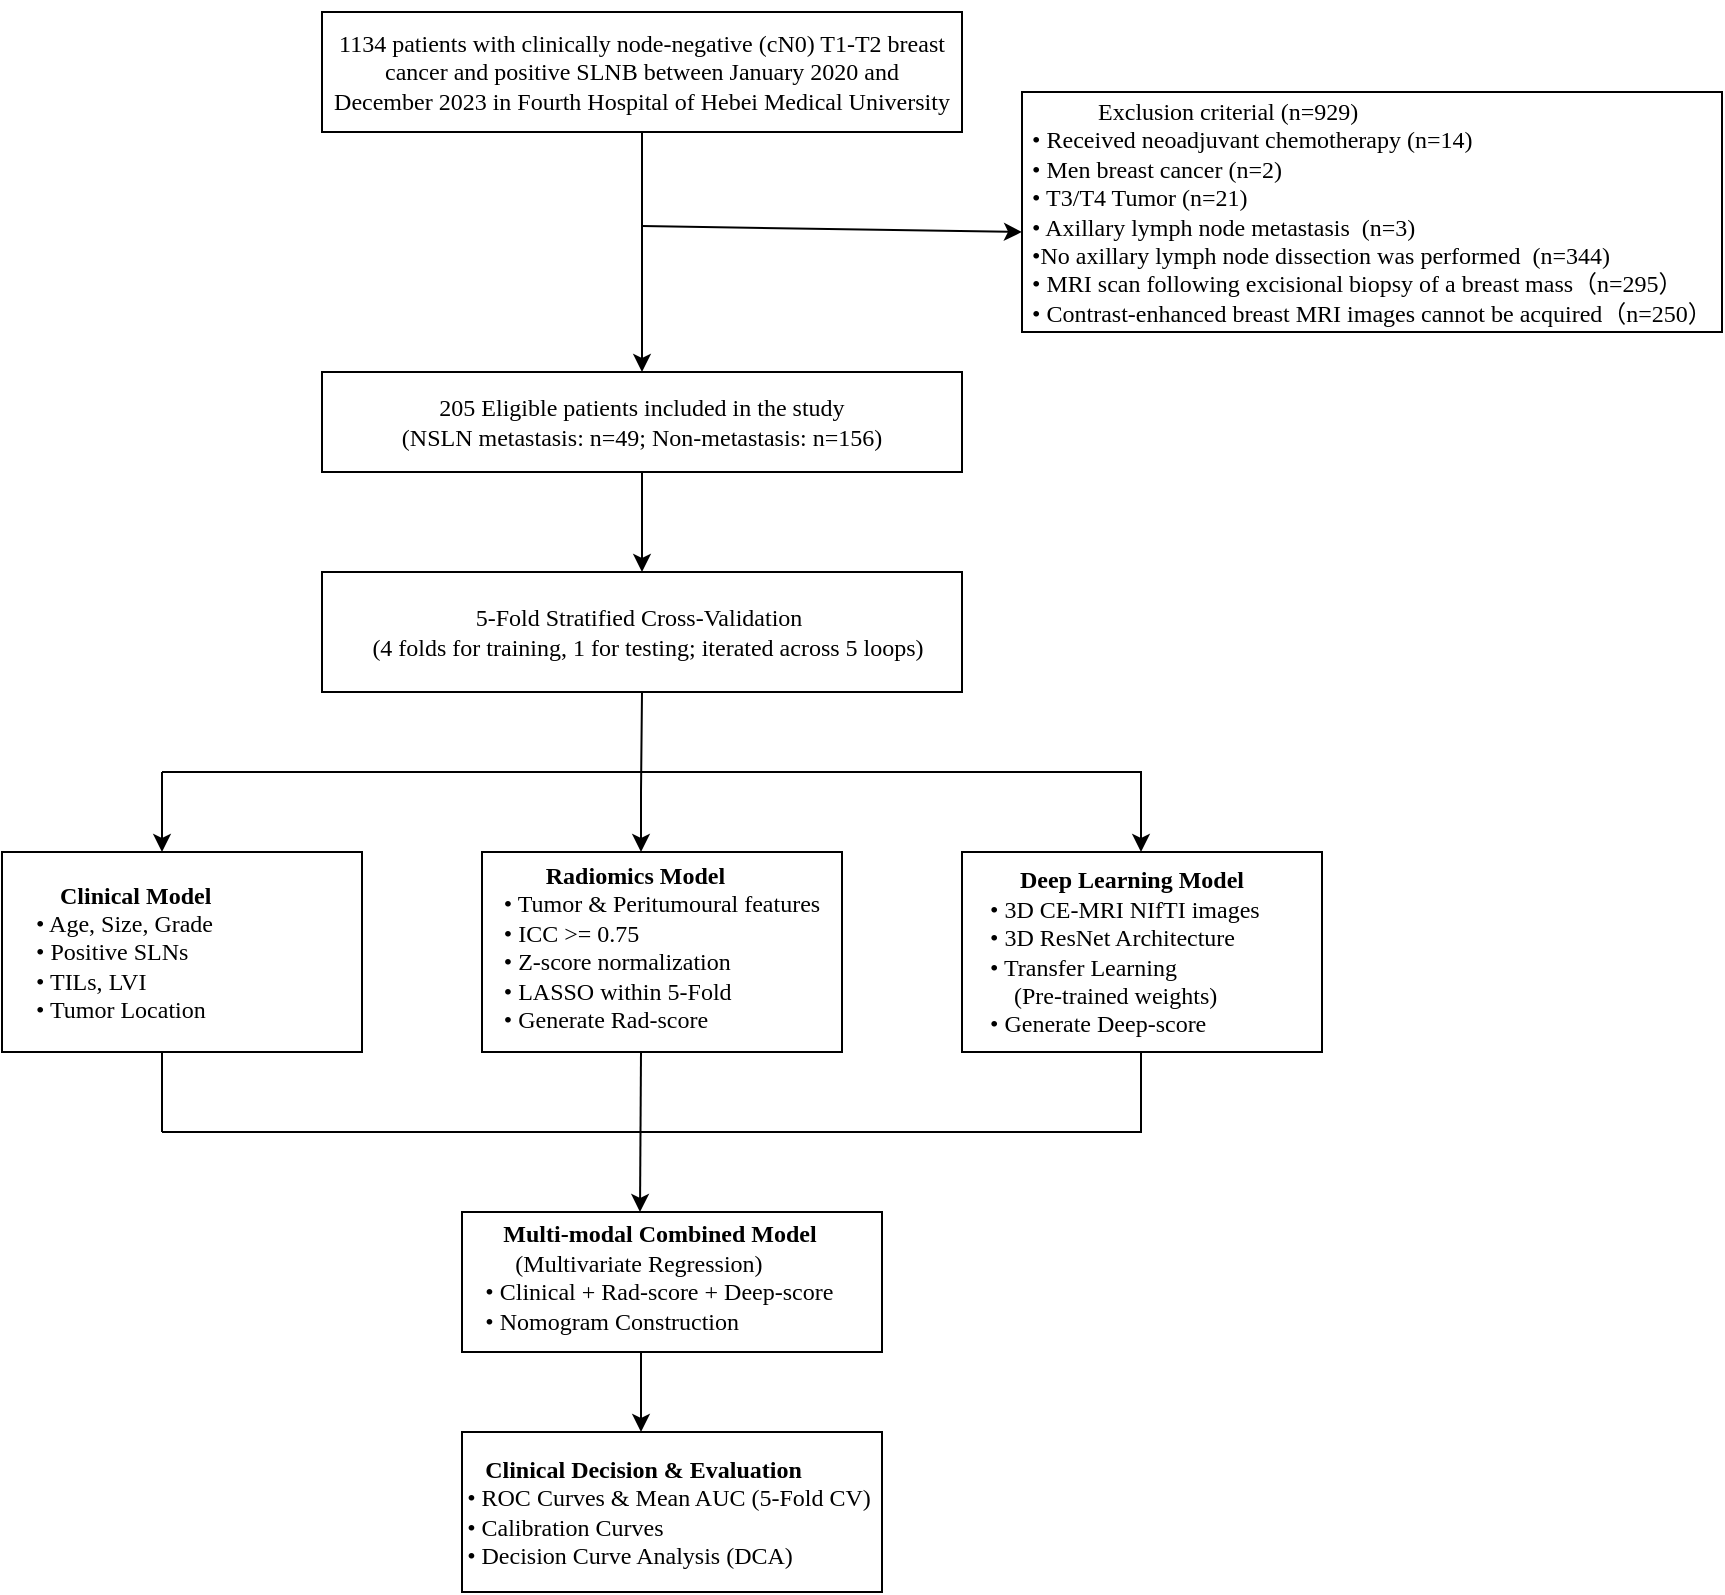
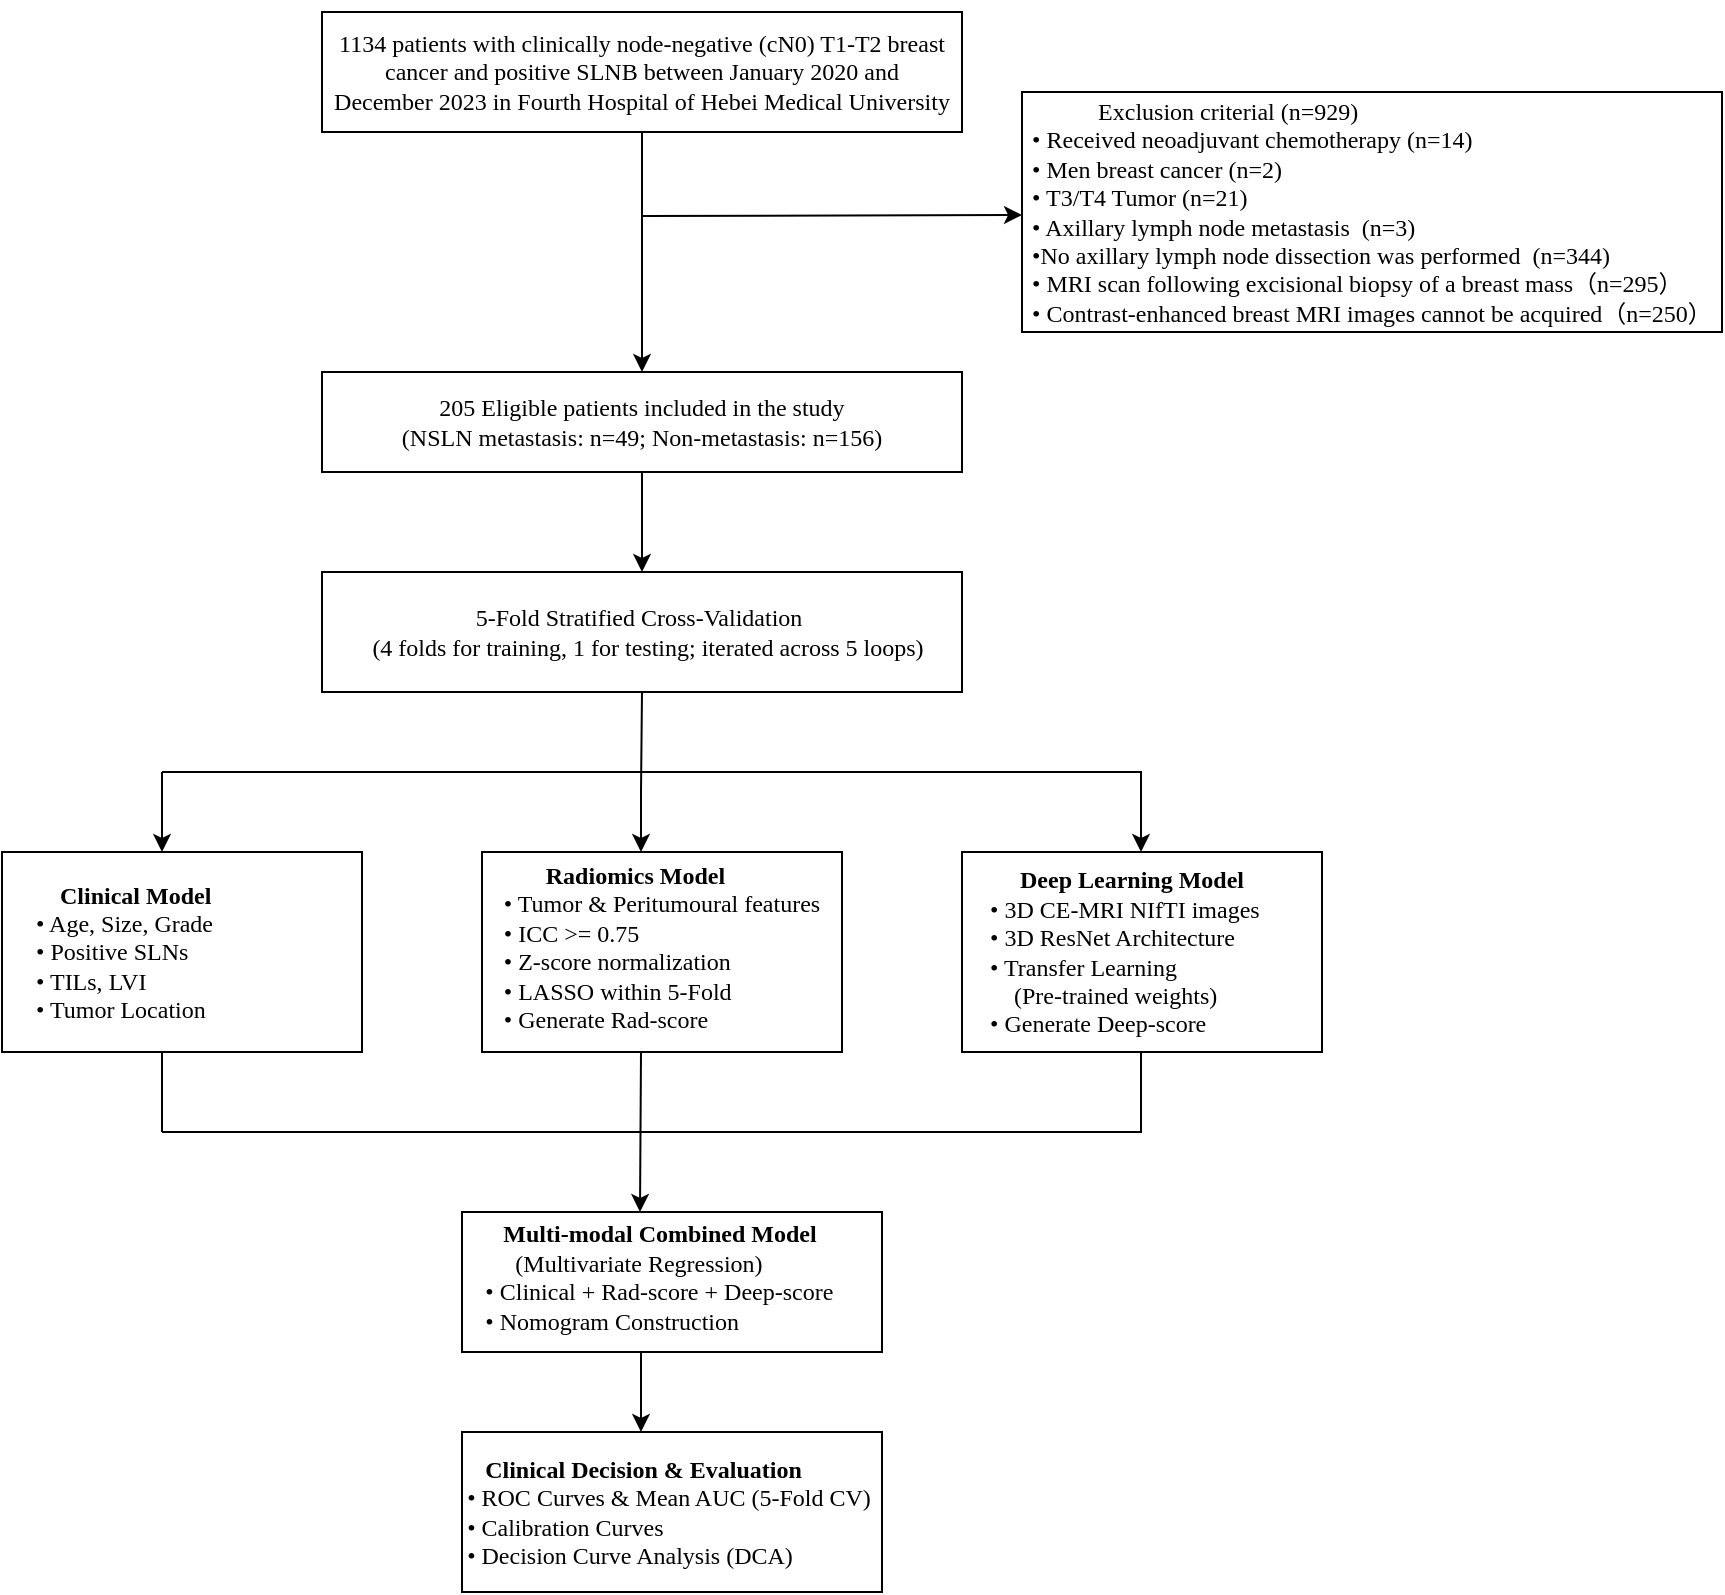
<mxfile host="app.diagrams.net">
  <diagram name="第 1 页" id="idae-35skBgX1Cd1s0vj">
-     <mxGraphModel dx="1833" dy="397" grid="1" gridSize="10" guides="1" tooltips="1" connect="1" arrows="1" fold="1" page="1" pageScale="1" pageWidth="827" pageHeight="1169" math="0" shadow="0">
+     <mxGraphModel dx="2011" dy="467" grid="1" gridSize="10" guides="1" tooltips="1" connect="1" arrows="1" fold="1" page="1" pageScale="1" pageWidth="827" pageHeight="1169" math="0" shadow="0">
      <root>
        <mxCell id="0" />
        <mxCell id="1" parent="0" />
        <mxCell id="El_SyrNRYtNfvNBgki-p-1" parent="1" style="rounded=0;whiteSpace=wrap;html=1;" value="&lt;div style=&quot;text-align: left;&quot;&gt;&lt;span style=&quot;font-family: &amp;quot;Times New Roman&amp;quot;;&quot;&gt;&lt;br&gt;&lt;/span&gt;&lt;/div&gt;&lt;div style=&quot;text-align: left;&quot;&gt;&lt;span style=&quot;font-family: &amp;quot;Times New Roman&amp;quot;;&quot;&gt;&amp;nbsp; &amp;nbsp; &amp;nbsp; &amp;nbsp; &amp;nbsp; &amp;nbsp;Exclusion criterial (n=929)&lt;/span&gt;&lt;br&gt;&lt;/div&gt;&lt;div style=&quot;text-align: left;&quot;&gt;&lt;font face=&quot;Times New Roman&quot;&gt;• Received neoadjuvant chemotherapy (n=14)&lt;/font&gt;&lt;/div&gt;&lt;div style=&quot;text-align: left;&quot;&gt;&lt;font face=&quot;Times New Roman&quot;&gt;• Men breast cancer (n=2)&lt;/font&gt;&lt;/div&gt;&lt;div style=&quot;text-align: left;&quot;&gt;&lt;font face=&quot;Times New Roman&quot;&gt;• T3/T4 Tumor (n=21)&lt;/font&gt;&lt;/div&gt;&lt;div style=&quot;&quot;&gt;&lt;div style=&quot;text-align: left;&quot;&gt;&lt;font face=&quot;Times New Roman&quot;&gt;• Axillary lymph node metastasis&amp;nbsp;&amp;nbsp;(n=3)&lt;/font&gt;&lt;/div&gt;&lt;div style=&quot;text-align: left;&quot;&gt;&lt;span style=&quot;font-family: &amp;quot;Times New Roman&amp;quot;;&quot;&gt;•&lt;/span&gt;&lt;span style=&quot;font-family: &amp;quot;Times New Roman&amp;quot;;&quot;&gt;No axillary lymph node dissection was performed&lt;/span&gt;&lt;span style=&quot;font-family: &amp;quot;Times New Roman&amp;quot;;&quot;&gt;&amp;nbsp;&amp;nbsp;(n=344)&lt;/span&gt;&lt;font face=&quot;Times New Roman&quot;&gt;&lt;br&gt;&lt;/font&gt;&lt;/div&gt;&lt;/div&gt;&lt;div style=&quot;text-align: left;&quot;&gt;&lt;font face=&quot;Times New Roman&quot;&gt;•&lt;span style=&quot;&quot;&gt;&amp;nbsp;&lt;/span&gt;&lt;span style=&quot;&quot;&gt;MRI scan following excisional biopsy of a breast mass（n=295）&lt;/span&gt;&lt;/font&gt;&lt;/div&gt;&lt;div style=&quot;text-align: left;&quot;&gt;&lt;font face=&quot;Times New Roman&quot;&gt;•&lt;span style=&quot;&quot;&gt;&amp;nbsp;&lt;/span&gt;Contrast-enhanced breast MRI images cannot be acquired&lt;span style=&quot;&quot;&gt;（n=250）&lt;/span&gt;&lt;/font&gt;&lt;/div&gt;&lt;div&gt;&lt;br&gt;&lt;/div&gt;" vertex="1">
          <mxGeometry height="120" width="350" x="390" y="100" as="geometry" />
        </mxCell>
        <mxCell id="El_SyrNRYtNfvNBgki-p-2" parent="1" style="rounded=0;whiteSpace=wrap;html=1;" value="&lt;div&gt;&lt;font face=&quot;Times New Roman&quot;&gt;&lt;br&gt;&lt;/font&gt;&lt;/div&gt;&lt;font face=&quot;Times New Roman&quot;&gt;1134 patients with clinically node-negative (cN0) T1-T2 breast&lt;br&gt;cancer and positive SLNB between January 2020 and&lt;br&gt;December 2023 in Fourth Hospital of Hebei Medical University&lt;/font&gt;&lt;div&gt;&lt;br&gt;&lt;/div&gt;" vertex="1">
          <mxGeometry height="60" width="320" x="40" y="60" as="geometry" />
        </mxCell>
        <mxCell id="El_SyrNRYtNfvNBgki-p-5" edge="1" parent="1" style="endArrow=classic;html=1;rounded=0;" value="">
          <mxGeometry height="50" relative="1" width="50" as="geometry">
            <mxPoint x="200" y="120" as="sourcePoint" />
            <mxPoint x="200" y="240" as="targetPoint" />
          </mxGeometry>
        </mxCell>
        <mxCell id="El_SyrNRYtNfvNBgki-p-6" edge="1" parent="1" style="endArrow=classic;html=1;rounded=0;endFill=1;" value="">
          <mxGeometry height="50" relative="1" width="50" as="geometry">
-             <mxPoint x="200" y="167" as="sourcePoint" />
-             <mxPoint x="390" y="170" as="targetPoint" />
+             <mxPoint x="200" y="162" as="sourcePoint" />
+             <mxPoint x="390" y="161.5" as="targetPoint" />
          </mxGeometry>
        </mxCell>
        <mxCell id="El_SyrNRYtNfvNBgki-p-7" parent="1" style="rounded=0;whiteSpace=wrap;html=1;" value="&lt;font face=&quot;Times New Roman&quot;&gt;205 Eligible patients included in the study&lt;/font&gt;&lt;div&gt;&lt;span style=&quot;text-align: start;&quot;&gt;&lt;font face=&quot;Times New Roman&quot;&gt;(NSLN metastasis: n=49; Non-metastasis: n=156)&lt;/font&gt;&lt;/span&gt;&lt;br&gt;&lt;/div&gt;" vertex="1">
          <mxGeometry height="50" width="320" x="40" y="240" as="geometry" />
        </mxCell>
        <mxCell id="El_SyrNRYtNfvNBgki-p-8" parent="1" style="rounded=0;whiteSpace=wrap;html=1;" value="&lt;font face=&quot;Times New Roman&quot;&gt;5-Fold Stratified Cross-Validation&amp;nbsp;&lt;/font&gt;&lt;div&gt;&lt;font face=&quot;Times New Roman&quot;&gt;&amp;nbsp; (4 folds for training, 1 for testing; iterated across 5 loops)&lt;/font&gt;&lt;/div&gt;" vertex="1">
          <mxGeometry height="60" width="320" x="40" y="340" as="geometry" />
        </mxCell>
        <mxCell id="El_SyrNRYtNfvNBgki-p-9" edge="1" parent="1" source="El_SyrNRYtNfvNBgki-p-7" style="endArrow=classic;html=1;rounded=0;entryX=0.5;entryY=0;entryDx=0;entryDy=0;" target="El_SyrNRYtNfvNBgki-p-8" value="">
          <mxGeometry height="50" relative="1" width="50" as="geometry">
            <mxPoint x="200" y="340" as="sourcePoint" />
            <mxPoint x="200" y="330" as="targetPoint" />
          </mxGeometry>
        </mxCell>
        <mxCell id="El_SyrNRYtNfvNBgki-p-10" parent="1" style="rounded=0;whiteSpace=wrap;html=1;align=left;" value="&lt;div&gt;&lt;b style=&quot;&quot;&gt;&lt;font face=&quot;Times New Roman&quot;&gt;&amp;nbsp; &amp;nbsp; &amp;nbsp; &amp;nbsp; &amp;nbsp;Clinical Model&lt;/font&gt;&lt;/b&gt;&lt;br&gt;&lt;/div&gt;&lt;div&gt;&lt;span style=&quot;font-family: &amp;quot;Times New Roman&amp;quot;;&quot;&gt;&amp;nbsp; &amp;nbsp; &amp;nbsp;• Age, Size, Grade&lt;/span&gt;&lt;br&gt;&lt;/div&gt;&lt;div&gt;&lt;span style=&quot;font-family: &amp;quot;Times New Roman&amp;quot;;&quot;&gt;&amp;nbsp; &amp;nbsp; &amp;nbsp;• Positive SLNs&amp;nbsp;&lt;/span&gt;&lt;br&gt;&lt;/div&gt;&lt;div&gt;&lt;span style=&quot;font-family: &amp;quot;Times New Roman&amp;quot;;&quot;&gt;&amp;nbsp; &amp;nbsp; &amp;nbsp;• TILs,&amp;nbsp;&lt;/span&gt;&lt;span style=&quot;font-family: &amp;quot;Times New Roman&amp;quot;;&quot;&gt;LVI&lt;/span&gt;&lt;br&gt;&lt;/div&gt;&lt;div style=&quot;&quot;&gt;&lt;span style=&quot;font-family: &amp;quot;Times New Roman&amp;quot;;&quot;&gt;&amp;nbsp; &amp;nbsp; &amp;nbsp;• Tumor Location&lt;/span&gt;&lt;/div&gt;" vertex="1">
          <mxGeometry height="100" width="180" x="-120" y="480" as="geometry" />
        </mxCell>
        <mxCell id="El_SyrNRYtNfvNBgki-p-11" parent="1" style="rounded=0;whiteSpace=wrap;html=1;" value="&lt;div style=&quot;text-align: left;&quot;&gt;&lt;b&gt;&lt;font face=&quot;Times New Roman&quot;&gt;&lt;br&gt;&lt;/font&gt;&lt;/b&gt;&lt;/div&gt;&lt;div style=&quot;text-align: left;&quot;&gt;&lt;b&gt;&lt;font face=&quot;Times New Roman&quot;&gt;&amp;nbsp; &amp;nbsp; &amp;nbsp; &amp;nbsp;Radiomics Model&lt;/font&gt;&lt;/b&gt;&lt;/div&gt;&lt;div style=&quot;text-align: left;&quot;&gt;&lt;font face=&quot;Times New Roman&quot;&gt;&lt;span style=&quot;&quot;&gt;• Tumor &amp;amp;&amp;nbsp;&lt;/span&gt;&lt;span style=&quot;text-align: center;&quot;&gt;Peritumoural&lt;/span&gt;&amp;nbsp;features&lt;/font&gt;&lt;/div&gt;&lt;div style=&quot;text-align: left;&quot;&gt;&lt;font face=&quot;Times New Roman&quot;&gt;&lt;span style=&quot;&quot;&gt;• ICC &amp;gt;= 0.75&amp;nbsp;&lt;/span&gt;&lt;span style=&quot;&quot;&gt;&lt;br&gt;&lt;/span&gt;&lt;/font&gt;&lt;/div&gt;&lt;div style=&quot;text-align: left;&quot;&gt;&lt;font face=&quot;Times New Roman&quot;&gt;&lt;span style=&quot;&quot;&gt;• Z-score normalization&lt;/span&gt;&lt;span style=&quot;&quot;&gt;&lt;br&gt;&lt;/span&gt;&lt;/font&gt;&lt;/div&gt;&lt;div style=&quot;text-align: left;&quot;&gt;&lt;font face=&quot;Times New Roman&quot;&gt;&lt;span style=&quot;&quot;&gt;• LASSO within 5-Fold&lt;/span&gt;&lt;span style=&quot;&quot;&gt;&lt;br&gt;&lt;/span&gt;&lt;/font&gt;&lt;/div&gt;&lt;div style=&quot;text-align: left;&quot;&gt;&lt;font face=&quot;Times New Roman&quot;&gt;&lt;span style=&quot;&quot;&gt;• Generate Rad-score&lt;/span&gt;&lt;span style=&quot;&quot;&gt;&lt;br&gt;&lt;/span&gt;&lt;/font&gt;&lt;/div&gt;&lt;div&gt;&lt;span style=&quot;font-family: -webkit-standard; font-size: medium;&quot;&gt;&lt;br&gt;&lt;/span&gt;&lt;/div&gt;" vertex="1">
          <mxGeometry height="100" width="180" x="120" y="480" as="geometry" />
        </mxCell>
        <mxCell id="El_SyrNRYtNfvNBgki-p-14" parent="1" style="rounded=0;whiteSpace=wrap;html=1;align=left;textDirection=ltr;fontFamily=Times New Roman;verticalAlign=middle;" value="&lt;div style=&quot;&quot;&gt;&lt;b&gt;&amp;nbsp; &amp;nbsp; &amp;nbsp; &amp;nbsp; &amp;nbsp;Deep Learning Model&lt;/b&gt;&lt;br&gt;&lt;/div&gt;&lt;div style=&quot;&quot;&gt;&amp;nbsp; &amp;nbsp; • 3D CE-MRI NIfTI images&lt;br&gt;&lt;/div&gt;&lt;div style=&quot;&quot;&gt;&amp;nbsp; &amp;nbsp; • 3D ResNet Architecture&lt;/div&gt;&lt;div style=&quot;&quot;&gt;&amp;nbsp; &amp;nbsp; • Transfer Learning&amp;nbsp;&lt;br&gt;&lt;/div&gt;&lt;div style=&quot;&quot;&gt;&amp;nbsp; &amp;nbsp; &amp;nbsp; &amp;nbsp; (Pre-trained weights)&amp;nbsp;&lt;br&gt;&lt;/div&gt;&lt;div style=&quot;&quot;&gt;&lt;div style=&quot;&quot;&gt;&lt;font&gt;&amp;nbsp; &amp;nbsp; • Generate Deep-score&lt;/font&gt;&lt;/div&gt;&lt;/div&gt;" vertex="1">
          <mxGeometry height="100" width="180" x="360" y="480" as="geometry" />
        </mxCell>
        <mxCell id="El_SyrNRYtNfvNBgki-p-17" edge="1" parent="1" style="endArrow=classic;html=1;rounded=0;" value="">
          <mxGeometry height="50" relative="1" width="50" as="geometry">
            <Array as="points">
              <mxPoint x="200" y="400" />
              <mxPoint x="199.5" y="450" />
            </Array>
            <mxPoint x="199.5" y="450" as="sourcePoint" />
            <mxPoint x="199.5" y="480" as="targetPoint" />
          </mxGeometry>
        </mxCell>
        <mxCell id="El_SyrNRYtNfvNBgki-p-22" edge="1" parent="1" style="endArrow=none;html=1;rounded=0;" value="">
          <mxGeometry height="50" relative="1" width="50" as="geometry">
            <mxPoint x="-40" y="440" as="sourcePoint" />
            <mxPoint x="450" y="440" as="targetPoint" />
          </mxGeometry>
        </mxCell>
        <mxCell id="El_SyrNRYtNfvNBgki-p-24" edge="1" parent="1" style="endArrow=classic;html=1;rounded=0;" value="">
          <mxGeometry height="50" relative="1" width="50" as="geometry">
            <mxPoint x="-40" y="440" as="sourcePoint" />
            <mxPoint x="-40" y="480" as="targetPoint" />
          </mxGeometry>
        </mxCell>
        <mxCell id="El_SyrNRYtNfvNBgki-p-28" edge="1" parent="1" style="endArrow=classic;html=1;rounded=0;" value="">
          <mxGeometry height="50" relative="1" width="50" as="geometry">
            <mxPoint x="449.5" y="440" as="sourcePoint" />
            <mxPoint x="449.5" y="480" as="targetPoint" />
          </mxGeometry>
        </mxCell>
        <mxCell id="El_SyrNRYtNfvNBgki-p-30" edge="1" parent="1" style="endArrow=none;html=1;rounded=0;" value="">
          <mxGeometry height="50" relative="1" width="50" as="geometry">
            <mxPoint x="-40" y="620" as="sourcePoint" />
            <mxPoint x="450" y="620" as="targetPoint" />
          </mxGeometry>
        </mxCell>
        <mxCell id="El_SyrNRYtNfvNBgki-p-33" edge="1" parent="1" style="endArrow=none;html=1;rounded=0;" value="">
          <mxGeometry height="50" relative="1" width="50" as="geometry">
            <mxPoint x="-40" y="580" as="sourcePoint" />
            <mxPoint x="-40" y="620" as="targetPoint" />
          </mxGeometry>
        </mxCell>
        <mxCell id="El_SyrNRYtNfvNBgki-p-34" edge="1" parent="1" style="endArrow=none;html=1;rounded=0;" value="">
          <mxGeometry height="50" relative="1" width="50" as="geometry">
            <mxPoint x="449.5" y="580" as="sourcePoint" />
            <mxPoint x="449.5" y="620" as="targetPoint" />
          </mxGeometry>
        </mxCell>
        <mxCell id="El_SyrNRYtNfvNBgki-p-35" parent="1" style="rounded=0;whiteSpace=wrap;html=1;" value="&lt;div style=&quot;text-align: left;&quot;&gt;&lt;span style=&quot;font-family: &amp;quot;Times New Roman&amp;quot;;&quot;&gt;&lt;br&gt;&lt;/span&gt;&lt;/div&gt;&lt;div style=&quot;text-align: left;&quot;&gt;&lt;span style=&quot;font-family: &amp;quot;Times New Roman&amp;quot;;&quot;&gt;&lt;b&gt;&amp;nbsp; &amp;nbsp;Multi-modal Combined Model &amp;nbsp; &lt;/b&gt;&amp;nbsp; &amp;nbsp;&amp;nbsp;&lt;/span&gt;&lt;/div&gt;&lt;div&gt;&lt;div style=&quot;text-align: left;&quot;&gt;&lt;span style=&quot;font-family: &amp;quot;Times New Roman&amp;quot;;&quot;&gt;&amp;nbsp; &amp;nbsp; &amp;nbsp;(Multivariate Regression)&lt;/span&gt;&lt;/div&gt;&lt;div style=&quot;text-align: left;&quot;&gt;&lt;font face=&quot;Times New Roman&quot;&gt;&lt;span style=&quot;&quot;&gt;• Clinical + Rad-score + Deep-score&lt;/span&gt;&lt;/font&gt;&lt;/div&gt;&lt;div style=&quot;text-align: left;&quot;&gt;&lt;font face=&quot;Times New Roman&quot;&gt;&lt;span style=&quot;&quot;&gt;• Nomogram Construction&lt;/span&gt;&lt;br&gt;&lt;/font&gt;&lt;/div&gt;&lt;div&gt;&lt;span style=&quot;font-family: -webkit-standard; font-size: medium; text-align: start;&quot;&gt;&lt;br&gt;&lt;/span&gt;&lt;/div&gt;&lt;/div&gt;" vertex="1">
          <mxGeometry height="70" width="210" x="110" y="660" as="geometry" />
        </mxCell>
        <mxCell id="El_SyrNRYtNfvNBgki-p-37" edge="1" parent="1" style="endArrow=classic;html=1;rounded=0;" value="">
          <mxGeometry height="50" relative="1" width="50" as="geometry">
            <mxPoint x="199.5" y="580" as="sourcePoint" />
            <mxPoint x="199" y="660" as="targetPoint" />
          </mxGeometry>
        </mxCell>
        <mxCell id="El_SyrNRYtNfvNBgki-p-40" parent="1" style="rounded=0;whiteSpace=wrap;html=1;" value="&lt;div style=&quot;text-align: left;&quot;&gt;&lt;span style=&quot;font-family: &amp;quot;Times New Roman&amp;quot;;&quot;&gt;&lt;b&gt;&amp;nbsp; &amp;nbsp;Clinical Decision &amp;amp; Evaluation&lt;/b&gt;&lt;/span&gt;&lt;/div&gt;&lt;div style=&quot;text-align: left;&quot;&gt;&lt;span style=&quot;&quot;&gt;&lt;font face=&quot;Times New Roman&quot;&gt;• ROC Curves &amp;amp; Mean AUC (5-Fold CV)&amp;nbsp;&lt;/font&gt;&lt;/span&gt;&lt;/div&gt;&lt;div style=&quot;text-align: left;&quot;&gt;&lt;span style=&quot;&quot;&gt;&lt;font face=&quot;Times New Roman&quot;&gt;• Calibration Curves&amp;nbsp;&lt;/font&gt;&lt;/span&gt;&lt;/div&gt;&lt;div style=&quot;text-align: left;&quot;&gt;&lt;span style=&quot;&quot;&gt;&lt;font face=&quot;Times New Roman&quot;&gt;• Decision Curve Analysis (DCA)&lt;/font&gt;&lt;/span&gt;&lt;br&gt;&lt;/div&gt;" vertex="1">
          <mxGeometry height="80" width="210" x="110" y="770" as="geometry" />
        </mxCell>
        <mxCell id="El_SyrNRYtNfvNBgki-p-42" edge="1" parent="1" style="endArrow=classic;html=1;rounded=0;" value="">
          <mxGeometry height="50" relative="1" width="50" as="geometry">
            <mxPoint x="199.5" y="730" as="sourcePoint" />
            <mxPoint x="199.5" y="770" as="targetPoint" />
          </mxGeometry>
        </mxCell>
      </root>
    </mxGraphModel>
  </diagram>
</mxfile>
